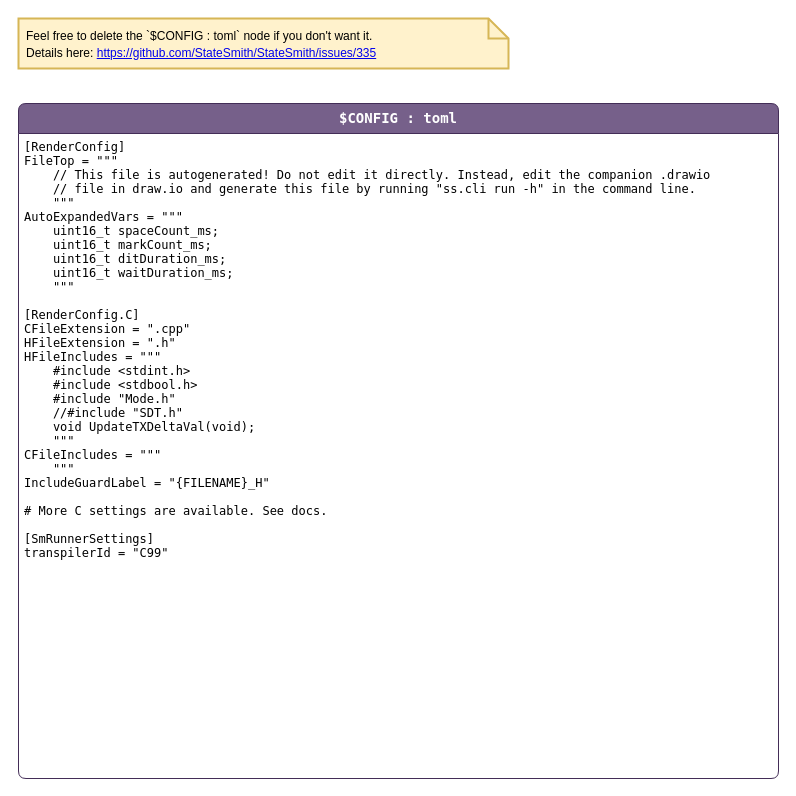
Before: page "config" (2 of 3) of code/src/PhoenixSketch/ModeSm.drawio in KI3P/Phoenix, a draw.io diagram. Source tidied: cells renumbered, new cells numbered last; positions are measured from the earlier drawing's top-left corner, leaving out a move shared by most shapes. Both pictures are drawn from the tidied source at 100%, with x=0, y=0 at pixel (18, 18).
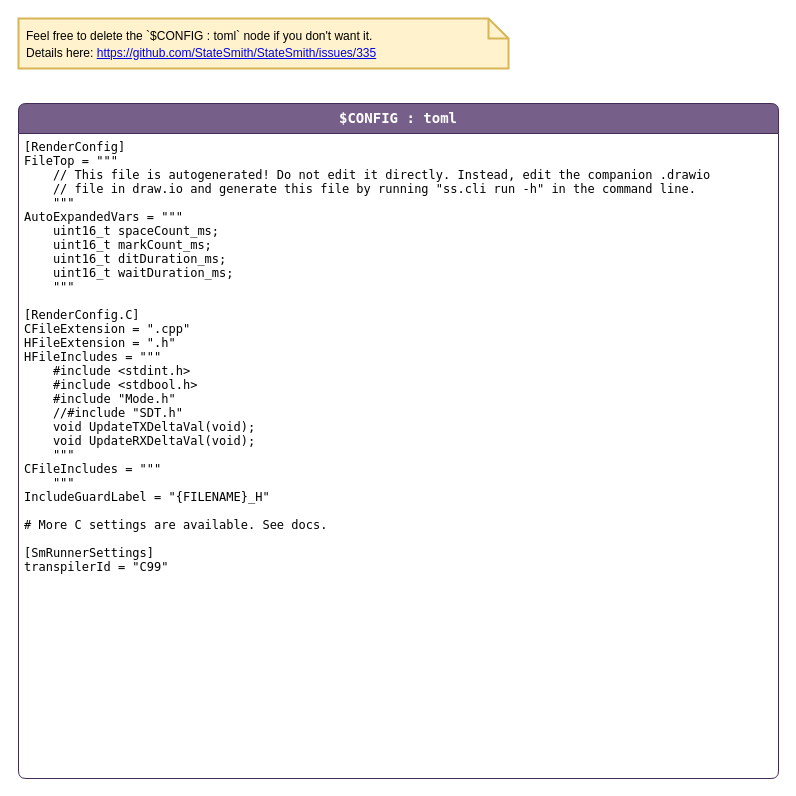
The same diagram, later.

The edit, as a diff of the source:
```diff
@@
 <mxGraphModel>
   <root>
     <mxCell id="0" />
     <mxCell id="1" parent="0" />
     <mxCell id="2" value="$CONFIG : toml" style="shape=swimlane;align=center;verticalAlign=top;fontFamily=Lucida Console;startSize=30;fontSize=14;fontStyle=1;swimlaneFillColor=default;rounded=1;arcSize=15;absoluteArcSize=1;fillColor=#76608a;strokeColor=#432D57;fontColor=#ffffff;" parent="1" vertex="1">
       <mxGeometry y="85" width="760" height="675" as="geometry" />
     </mxCell>
-    <mxCell id="3" value="[RenderConfig]&#10;FileTop = &quot;&quot;&quot;&#10;    // This file is autogenerated! Do not edit it directly. Instead, edit the companion .drawio&#10;    // file in draw.io and generate this file by running &quot;ss.cli run -h&quot; in the command line.&#10;    &quot;&quot;&quot;&#10;AutoExpandedVars = &quot;&quot;&quot;&#10;    uint16_t spaceCount_ms;&#10;    uint16_t markCount_ms;&#10;    uint16_t ditDuration_ms;&#10;    uint16_t waitDuration_ms;&#10;    &quot;&quot;&quot;&#10;&#10;[RenderConfig.C]&#10;CFileExtension = &quot;.cpp&quot;&#10;HFileExtension = &quot;.h&quot;&#10;HFileIncludes = &quot;&quot;&quot;&#10;    #include &lt;stdint.h&gt;&#10;    #include &lt;stdbool.h&gt;&#10;    #include &quot;Mode.h&quot;&#10;    //#include &quot;SDT.h&quot;&#10;    void UpdateTXDeltaVal(void);&#10;    &quot;&quot;&quot;&#10;CFileIncludes = &quot;&quot;&quot;&#10;    &quot;&quot;&quot;&#10;IncludeGuardLabel = &quot;{FILENAME}_H&quot;&#10;&#10;# More C settings are available. See docs.&#10;&#10;[SmRunnerSettings]&#10;transpilerId = &quot;C99&quot;" style="fontFamily=Lucida Console;align=left;verticalAlign=top;fillColor=none;gradientColor=none;strokeColor=none;rounded=0;spacingLeft=4;" parent="2" vertex="1">
-      <mxGeometry y="30" width="460" height="450" as="geometry" />
+    <mxCell id="3" value="[RenderConfig]&#10;FileTop = &quot;&quot;&quot;&#10;    // This file is autogenerated! Do not edit it directly. Instead, edit the companion .drawio&#10;    // file in draw.io and generate this file by running &quot;ss.cli run -h&quot; in the command line.&#10;    &quot;&quot;&quot;&#10;AutoExpandedVars = &quot;&quot;&quot;&#10;    uint16_t spaceCount_ms;&#10;    uint16_t markCount_ms;&#10;    uint16_t ditDuration_ms;&#10;    uint16_t waitDuration_ms;&#10;    &quot;&quot;&quot;&#10;&#10;[RenderConfig.C]&#10;CFileExtension = &quot;.cpp&quot;&#10;HFileExtension = &quot;.h&quot;&#10;HFileIncludes = &quot;&quot;&quot;&#10;    #include &lt;stdint.h&gt;&#10;    #include &lt;stdbool.h&gt;&#10;    #include &quot;Mode.h&quot;&#10;    //#include &quot;SDT.h&quot;&#10;    void UpdateTXDeltaVal(void);&#10;    void UpdateRXDeltaVal(void);&#10;    &quot;&quot;&quot;&#10;CFileIncludes = &quot;&quot;&quot;&#10;    &quot;&quot;&quot;&#10;IncludeGuardLabel = &quot;{FILENAME}_H&quot;&#10;&#10;# More C settings are available. See docs.&#10;&#10;[SmRunnerSettings]&#10;transpilerId = &quot;C99&quot;" style="fontFamily=Lucida Console;align=left;verticalAlign=top;fillColor=none;gradientColor=none;strokeColor=none;rounded=0;spacingLeft=4;" parent="2" vertex="1">
+      <mxGeometry y="30" width="460" height="460" as="geometry" />
     </mxCell>
     <mxCell id="4" value="&lt;span style=&quot;color: rgb(0, 0, 0); font-size: 12px;&quot;&gt;Feel free to delete the `$CONFIG : toml` node if you don't want it.&lt;/span&gt;&lt;br style=&quot;color: rgb(0, 0, 0); font-size: 12px;&quot;&gt;&lt;span style=&quot;color: rgb(0, 0, 0); font-size: 12px;&quot;&gt;Details here:&amp;nbsp;&lt;/span&gt;&lt;a style=&quot;font-size: 12px;&quot; href=&quot;https://github.com/StateSmith/StateSmith/issues/335&quot;&gt;https://github.com/StateSmith/StateSmith/issues/335&lt;/a&gt;" style="shape=note;strokeWidth=2;fontSize=14;size=20;whiteSpace=wrap;html=1;fillColor=#fff2cc;strokeColor=#d6b656;fontColor=#2B2B00;align=left;spacingLeft=6;" parent="1" vertex="1">
       <mxGeometry width="490" height="50" as="geometry" />
     </mxCell>
   </root>
 </mxGraphModel>
```
